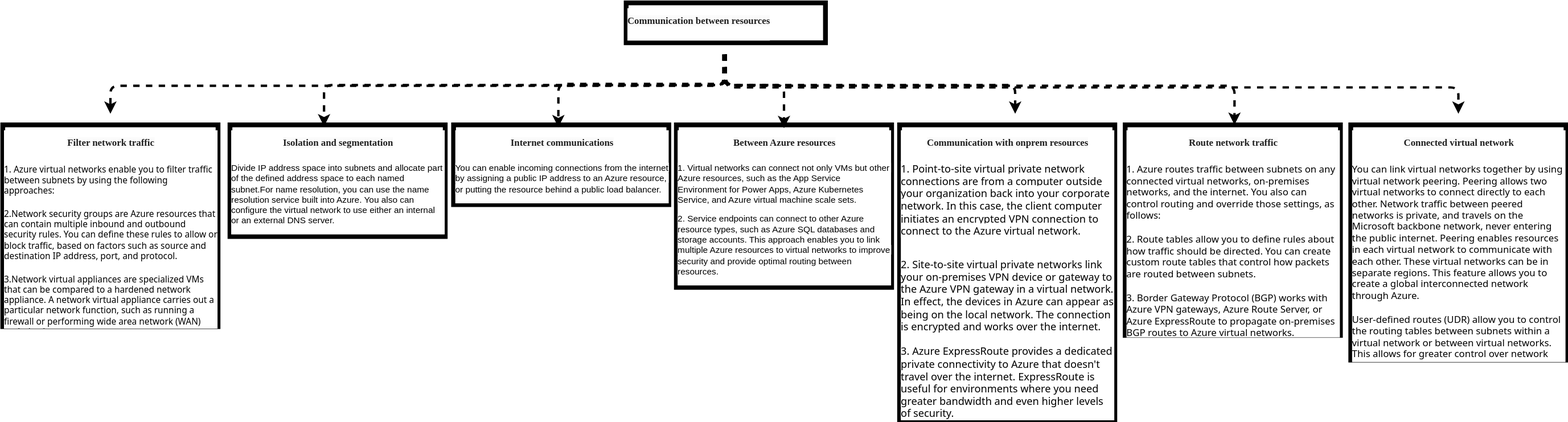
The draw.io diagram azure/fundamentals/Azure.communications.drawio.svg in sunnybharne/draw.io, before a commit. Source tidied: cells renumbered, new cells last; positions are measured from the earlier drawing's top-left corner, leaving out a move shared by most shapes.
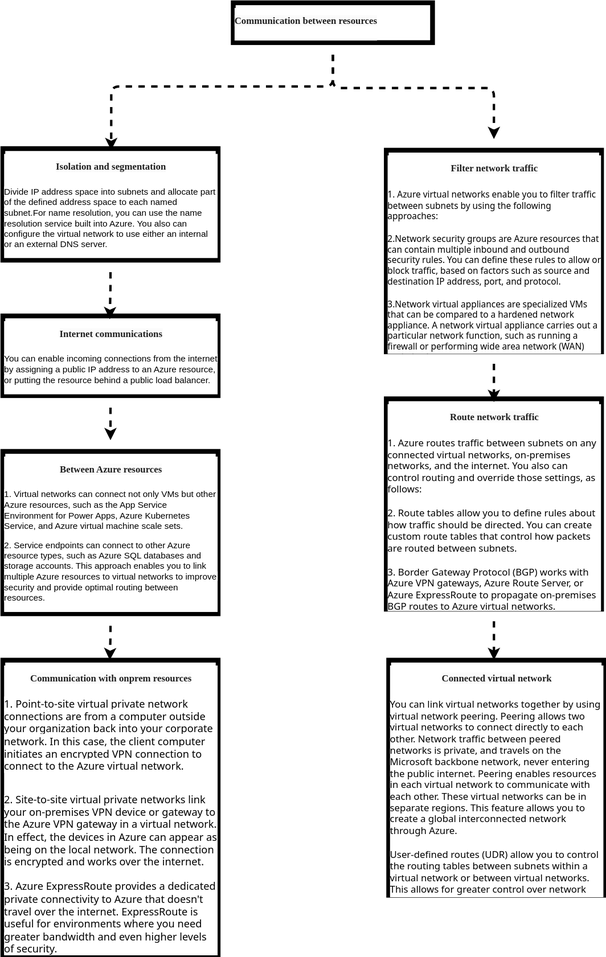
After the change.

The edit, as a diff of the source:
```diff
@@ -9,79 +9,59 @@
       </mxGeometry>
     </mxCell>
     <mxCell id="3" value="&lt;h1 style=&quot;text-align: center; margin-top: 0px;&quot;&gt;&lt;span style=&quot;caret-color: rgb(31, 31, 31); color: rgb(31, 31, 31); font-family: Verdana; font-size: 12px; white-space: pre-wrap; background-color: rgb(251, 251, 251);&quot;&gt;Isolation and segmentation&lt;/span&gt;&lt;br&gt;&lt;/h1&gt;&lt;p&gt;&lt;span style=&quot;background-color: rgb(255, 255, 255);&quot;&gt;&lt;span style=&quot;white-space: pre-wrap;&quot;&gt;Divide IP address space into &lt;/span&gt;&lt;span style=&quot;white-space: pre-wrap;&quot;&gt;subnets and allocate part of the defined &lt;/span&gt;&lt;span style=&quot;white-space: pre-wrap;&quot;&gt;address space to each named subnet.For &lt;/span&gt;&lt;span style=&quot;white-space: pre-wrap;&quot;&gt;name resolution, you can use the name &lt;/span&gt;&lt;span style=&quot;white-space: pre-wrap;&quot;&gt;resolution service built into Azure. You also &lt;/span&gt;&lt;span style=&quot;white-space: pre-wrap;&quot;&gt;can configure the virtual network to use &lt;/span&gt;&lt;span style=&quot;white-space: pre-wrap;&quot;&gt;either an internal or an external DNS server.&lt;/span&gt;&lt;/span&gt;&lt;br&gt;&lt;/p&gt;" style="text;html=1;whiteSpace=wrap;overflow=hidden;rounded=0;fontFamily=Helvetica;fontSize=11;fontColor=default;labelBackgroundColor=default;strokeWidth=6;fillColor=none;strokeColor=default;perimeterSpacing=14;" parent="1" vertex="1">
-      <mxGeometry x="285" y="153" width="270" height="140" as="geometry" />
+      <mxGeometry x="493" y="183" width="270" height="140" as="geometry" />
     </mxCell>
+    <mxCell id="18" style="edgeStyle=orthogonalEdgeStyle;shape=connector;curved=0;rounded=1;jettySize=auto;html=1;strokeColor=default;strokeWidth=3;align=center;verticalAlign=middle;fontFamily=Helvetica;fontSize=11;fontColor=default;labelBackgroundColor=default;endArrow=classic;flowAnimation=1;" parent="1" edge="1" source="4" target="5">
+      <mxGeometry relative="1" as="geometry" />
+    </mxCell>
     <mxCell id="4" value="&lt;h1 style=&quot;text-align: center; margin-top: 0px;&quot;&gt;&lt;span style=&quot;caret-color: rgb(31, 31, 31); color: rgb(31, 31, 31); font-family: Verdana; font-size: 12px; white-space: pre-wrap; background-color: rgb(251, 251, 251);&quot;&gt;Internet communications&lt;/span&gt;&lt;br&gt;&lt;/h1&gt;&lt;p&gt;&lt;span style=&quot;background-color: rgb(255, 255, 255);&quot;&gt;&lt;span style=&quot;white-space: pre-wrap;&quot;&gt;You can enable incoming &lt;/span&gt;&lt;span style=&quot;white-space: pre-wrap;&quot;&gt;connections from the internet by &lt;/span&gt;&lt;span style=&quot;white-space: pre-wrap;&quot;&gt;assigning a public IP address to &lt;/span&gt;&lt;span style=&quot;white-space: pre-wrap;&quot;&gt;an Azure resource, or putting &lt;/span&gt;&lt;span style=&quot;white-space: pre-wrap;&quot;&gt;the resource behind a public &lt;/span&gt;&lt;span style=&quot;white-space: pre-wrap;&quot;&gt;load balancer.&lt;/span&gt;&lt;/span&gt;&lt;br&gt;&lt;/p&gt;" style="text;html=1;whiteSpace=wrap;overflow=hidden;rounded=0;fontFamily=Helvetica;fontSize=11;fontColor=default;labelBackgroundColor=default;strokeWidth=6;fillColor=none;strokeColor=default;perimeterSpacing=14;" parent="1" vertex="1">
-      <mxGeometry x="565.5" y="153" width="270" height="100" as="geometry" />
+      <mxGeometry x="493" y="393" width="270" height="100" as="geometry" />
     </mxCell>
     <mxCell id="5" value="&lt;h1 style=&quot;text-align: center; margin-top: 0px;&quot;&gt;&lt;span style=&quot;caret-color: rgb(31, 31, 31); color: rgb(31, 31, 31); font-family: Verdana; font-size: 12px; white-space: pre-wrap; background-color: rgb(251, 251, 251);&quot;&gt;Between Azure resources&lt;/span&gt;&lt;br&gt;&lt;/h1&gt;&lt;p dir=&quot;ltr&quot;&gt;&lt;span style=&quot;background-color: rgb(255, 255, 255);&quot;&gt;&lt;span style=&quot;text-wrap-mode: wrap;&quot;&gt;1.&amp;nbsp;&lt;/span&gt;&lt;span style=&quot;white-space: pre-wrap;&quot;&gt;Virtual networks can connect not only VMs but other Azure &lt;/span&gt;&lt;span style=&quot;white-space: pre-wrap;&quot;&gt;resources, such as the App Service Environment for Power &lt;/span&gt;&lt;span style=&quot;white-space: pre-wrap;&quot;&gt;Apps, Azure Kubernetes Service, and Azure virtual machine &lt;/span&gt;&lt;span style=&quot;white-space: pre-wrap;&quot;&gt;scale sets.&lt;/span&gt;&lt;br&gt;&lt;/span&gt;&lt;/p&gt;&lt;p dir=&quot;ltr&quot;&gt;&lt;span style=&quot;background-color: rgb(255, 255, 255);&quot;&gt;&lt;span style=&quot;white-space: pre-wrap;&quot;&gt;2. Service endpoints can connect to other Azure resource &lt;/span&gt;&lt;span style=&quot;white-space: pre-wrap;&quot;&gt;types, such as Azure SQL databases and storage accounts. &lt;/span&gt;&lt;span style=&quot;white-space: pre-wrap;&quot;&gt;This approach enables you to link multiple Azure resources &lt;/span&gt;&lt;span style=&quot;white-space: pre-wrap;&quot;&gt;to virtual networks to improve security and provide optimal &lt;/span&gt;&lt;span style=&quot;white-space: pre-wrap;&quot;&gt;routing between resources.&lt;/span&gt;&lt;/span&gt;&lt;/p&gt;" style="text;html=1;whiteSpace=wrap;overflow=hidden;rounded=0;fontFamily=Helvetica;fontSize=11;fontColor=default;labelBackgroundColor=default;strokeWidth=6;fillColor=none;strokeColor=default;perimeterSpacing=14;" parent="1" vertex="1">
-      <mxGeometry x="845" y="153" width="270" height="203.8" as="geometry" />
+      <mxGeometry x="493" y="563" width="270" height="203.8" as="geometry" />
     </mxCell>
     <mxCell id="6" value="&lt;h1 style=&quot;text-align: center; margin-top: 0px;&quot;&gt;&lt;span style=&quot;caret-color: rgb(31, 31, 31); color: rgb(31, 31, 31); font-family: Verdana; font-size: 12px; white-space: pre-wrap; background-color: rgb(251, 251, 251);&quot;&gt;Communication with onprem resources&lt;/span&gt;&lt;br&gt;&lt;/h1&gt;&lt;p dir=&quot;ltr&quot;&gt;&lt;span style=&quot;caret-color: rgb(230, 230, 230); font-family: &amp;quot;Segoe UI&amp;quot;, SegoeUI, &amp;quot;Helvetica Neue&amp;quot;, Helvetica, Arial, sans-serif; font-size: 13px; background-color: rgb(255, 255, 255);&quot;&gt;1. Point-to-site virtual private network connections are from a computer outside your organization back into your corporate network. In this case, the client computer initiates an encrypted VPN connection to connect to the Azure virtual network.&lt;/span&gt;&lt;/p&gt;&lt;div&gt;&lt;span style=&quot;background-color: rgb(255, 255, 255);&quot;&gt;&lt;font size=&quot;2&quot; face=&quot;Segoe UI, SegoeUI, Helvetica Neue, Helvetica, Arial, sans-serif&quot;&gt;&lt;span style=&quot;caret-color: rgb(230, 230, 230);&quot;&gt;&lt;br&gt;&lt;/span&gt;&lt;/font&gt;&lt;span style=&quot;caret-color: rgb(230, 230, 230); font-family: &amp;quot;Segoe UI&amp;quot;, SegoeUI, &amp;quot;Helvetica Neue&amp;quot;, Helvetica, Arial, sans-serif; font-size: 13px;&quot;&gt;2. Site-to-site virtual private networks link your on-premises VPN device or gateway to the Azure VPN gateway in a virtual network. In effect, the devices in Azure can appear as being on the local network. The connection is encrypted and works over the internet.&lt;/span&gt;&lt;/span&gt;&lt;/div&gt;&lt;div&gt;&lt;span style=&quot;background-color: rgb(255, 255, 255);&quot;&gt;&lt;font size=&quot;2&quot; face=&quot;Segoe UI, SegoeUI, Helvetica Neue, Helvetica, Arial, sans-serif&quot;&gt;&lt;span style=&quot;caret-color: rgb(230, 230, 230);&quot;&gt;&lt;br&gt;&lt;/span&gt;&lt;/font&gt;&lt;span style=&quot;caret-color: rgb(230, 230, 230); font-family: &amp;quot;Segoe UI&amp;quot;, SegoeUI, &amp;quot;Helvetica Neue&amp;quot;, Helvetica, Arial, sans-serif; font-size: 13px;&quot;&gt;3. Azure ExpressRoute provides a dedicated private connectivity to Azure that doesn't travel over the internet. ExpressRoute is useful for environments where you need greater bandwidth and even higher levels of security.&lt;/span&gt;&lt;/span&gt;&lt;/div&gt;" style="text;html=1;whiteSpace=wrap;overflow=hidden;rounded=0;fontFamily=Helvetica;fontSize=11;fontColor=default;labelBackgroundColor=default;strokeWidth=6;fillColor=none;strokeColor=default;perimeterSpacing=14;" parent="1" vertex="1">
-      <mxGeometry x="1125" y="153" width="270" height="370" as="geometry" />
+      <mxGeometry x="493" y="825" width="270" height="370" as="geometry" />
     </mxCell>
-    <mxCell id="7" style="edgeStyle=orthogonalEdgeStyle;shape=connector;curved=0;rounded=1;jettySize=auto;html=1;strokeColor=default;strokeWidth=3;align=center;verticalAlign=middle;fontFamily=Helvetica;fontSize=11;fontColor=default;labelBackgroundColor=default;endArrow=classic;entryX=0.5;entryY=0.078;entryDx=0;entryDy=0;entryPerimeter=0;flowAnimation=1;" parent="1" edge="1" source="11" target="5">
-      <mxGeometry relative="1" as="geometry">
-        <Array as="points">
-          <mxPoint x="907" y="103" />
-          <mxPoint x="980" y="103" />
-        </Array>
-      </mxGeometry>
-    </mxCell>
-    <mxCell id="8" style="edgeStyle=orthogonalEdgeStyle;shape=connector;curved=0;rounded=1;jettySize=auto;html=1;strokeColor=default;strokeWidth=3;align=center;verticalAlign=middle;fontFamily=Helvetica;fontSize=11;fontColor=default;labelBackgroundColor=default;endArrow=classic;flowAnimation=1;" parent="1" edge="1" source="11" target="6">
-      <mxGeometry relative="1" as="geometry">
-        <Array as="points">
-          <mxPoint x="904" y="103" />
-          <mxPoint x="1270" y="103" />
-        </Array>
-      </mxGeometry>
-    </mxCell>
     <mxCell id="9" style="edgeStyle=orthogonalEdgeStyle;shape=connector;curved=0;rounded=1;jettySize=auto;html=1;strokeColor=default;strokeWidth=3;align=center;verticalAlign=middle;fontFamily=Helvetica;fontSize=11;fontColor=default;labelBackgroundColor=default;endArrow=classic;flowAnimation=1;" parent="1" edge="1" source="11" target="14">
       <mxGeometry relative="1" as="geometry">
         <Array as="points">
-          <mxPoint x="904" y="104" />
-          <mxPoint x="135" y="104" />
+          <mxPoint x="907" y="107" />
+          <mxPoint x="1109" y="107" />
         </Array>
       </mxGeometry>
     </mxCell>
-    <mxCell id="10" style="edgeStyle=orthogonalEdgeStyle;shape=connector;curved=0;rounded=1;jettySize=auto;html=1;strokeColor=default;strokeWidth=3;align=center;verticalAlign=middle;fontFamily=Helvetica;fontSize=11;fontColor=default;labelBackgroundColor=default;endArrow=classic;flowAnimation=1;" parent="1" edge="1" source="11" target="17">
-      <mxGeometry relative="1" as="geometry">
-        <Array as="points">
-          <mxPoint x="907" y="106" />
-          <mxPoint x="1826" y="106" />
-        </Array>
-      </mxGeometry>
-    </mxCell>
     <mxCell id="11" value="&lt;h1 style=&quot;margin-top: 0px;&quot;&gt;&lt;span style=&quot;caret-color: rgb(31, 31, 31); color: rgb(31, 31, 31); font-family: Verdana; font-size: 12px; text-align: center; white-space: pre-wrap; background-color: rgb(251, 251, 251);&quot;&gt;Communication between resources&lt;/span&gt;&lt;br&gt;&lt;/h1&gt;" style="text;html=1;whiteSpace=wrap;overflow=hidden;rounded=0;fontFamily=Helvetica;fontSize=11;fontColor=default;labelBackgroundColor=default;strokeWidth=6;fillColor=none;strokeColor=default;perimeterSpacing=14;" parent="1" vertex="1">
       <mxGeometry x="782" width="250" height="50" as="geometry" />
     </mxCell>
-    <mxCell id="12" style="edgeStyle=orthogonalEdgeStyle;shape=connector;curved=0;rounded=1;jettySize=auto;html=1;entryX=0.488;entryY=0.133;entryDx=0;entryDy=0;entryPerimeter=0;strokeColor=default;strokeWidth=3;align=center;verticalAlign=middle;fontFamily=Helvetica;fontSize=11;fontColor=default;labelBackgroundColor=default;endArrow=classic;flowAnimation=1;" parent="1" edge="1" source="11" target="4">
-      <mxGeometry relative="1" as="geometry" />
-    </mxCell>
-    <mxCell id="13" style="edgeStyle=orthogonalEdgeStyle;shape=connector;curved=0;rounded=1;jettySize=auto;html=1;entryX=0.443;entryY=0.095;entryDx=0;entryDy=0;entryPerimeter=0;strokeColor=default;strokeWidth=3;align=center;verticalAlign=middle;fontFamily=Helvetica;fontSize=11;fontColor=default;labelBackgroundColor=default;endArrow=classic;flowAnimation=1;" parent="1" edge="1" source="11" target="3">
-      <mxGeometry relative="1" as="geometry">
-        <Array as="points">
-          <mxPoint x="907" y="103" />
-          <mxPoint x="403" y="103" />
-        </Array>
-      </mxGeometry>
-    </mxCell>
     <mxCell id="14" value="&lt;h1 style=&quot;text-align: center; margin-top: 0px;&quot;&gt;&lt;span style=&quot;caret-color: rgb(31, 31, 31); color: rgb(31, 31, 31); font-family: Verdana; font-size: 12px; white-space: pre-wrap; background-color: rgb(251, 251, 251);&quot;&gt;Filter network traffic&lt;/span&gt;&lt;br&gt;&lt;/h1&gt;&lt;p style=&quot;box-sizing: inherit; outline-color: inherit; margin: 1rem 0px 0px; padding: 0px; overflow-wrap: break-word; caret-color: rgb(230, 230, 230); font-family: &amp;quot;Segoe UI&amp;quot;, SegoeUI, &amp;quot;Helvetica Neue&amp;quot;, Helvetica, Arial, sans-serif;&quot;&gt;&lt;font style=&quot;font-size: 11px;&quot;&gt;1. Azure virtual networks enable you to filter traffic between subnets by using the following approaches:&lt;/font&gt;&lt;/p&gt;&lt;p style=&quot;box-sizing: inherit; outline-color: inherit; margin: 1rem 0px 0px; padding: 0px; overflow-wrap: break-word; caret-color: rgb(230, 230, 230); font-family: &amp;quot;Segoe UI&amp;quot;, SegoeUI, &amp;quot;Helvetica Neue&amp;quot;, Helvetica, Arial, sans-serif;&quot;&gt;2.Network security groups are Azure resources that can contain multiple inbound and outbound security rules. You can define these rules to allow or block traffic, based on factors such as source and destination IP address, port, and protocol.&lt;/p&gt;&lt;p style=&quot;box-sizing: inherit; outline-color: inherit; margin: 1rem 0px 0px; padding: 0px; overflow-wrap: break-word; caret-color: rgb(230, 230, 230); font-family: &amp;quot;Segoe UI&amp;quot;, SegoeUI, &amp;quot;Helvetica Neue&amp;quot;, Helvetica, Arial, sans-serif;&quot;&gt;3.Network virtual appliances are specialized VMs that can be compared to a hardened network appliance. A network virtual appliance carries out a particular network function, such as running a firewall or performing wide area network (WAN) optimization.&lt;/p&gt;" style="text;html=1;whiteSpace=wrap;overflow=hidden;rounded=0;fontFamily=Helvetica;fontSize=11;fontColor=default;labelBackgroundColor=default;strokeWidth=6;fillColor=none;strokeColor=default;perimeterSpacing=14;" parent="1" vertex="1">
-      <mxGeometry y="153" width="270" height="253" as="geometry" />
+      <mxGeometry x="974" y="185" width="270" height="253" as="geometry" />
     </mxCell>
     <mxCell id="15" value="&lt;h1 style=&quot;text-align: center; margin-top: 0px;&quot;&gt;&lt;span style=&quot;caret-color: rgb(31, 31, 31); color: rgb(31, 31, 31); font-family: Verdana; font-size: 12px; white-space: pre-wrap; background-color: rgb(251, 251, 251);&quot;&gt;Route network traffic&lt;/span&gt;&lt;br&gt;&lt;/h1&gt;&lt;p style=&quot;box-sizing: inherit; outline-color: inherit; margin: 1rem 0px 0px; padding: 0px; overflow-wrap: break-word; caret-color: rgb(230, 230, 230); font-family: &amp;quot;Segoe UI&amp;quot;, SegoeUI, &amp;quot;Helvetica Neue&amp;quot;, Helvetica, Arial, sans-serif; font-size: 12px;&quot;&gt;&lt;font style=&quot;font-size: 12px;&quot;&gt;1. Azure routes traffic between subnets on any connected virtual networks, on-premises networks, and the internet. You also can control routing and override those settings, as follows:&lt;/font&gt;&lt;/p&gt;&lt;p style=&quot;box-sizing: inherit; outline-color: inherit; margin: 1rem 0px 0px; padding: 0px; overflow-wrap: break-word; caret-color: rgb(230, 230, 230); font-family: &amp;quot;Segoe UI&amp;quot;, SegoeUI, &amp;quot;Helvetica Neue&amp;quot;, Helvetica, Arial, sans-serif; font-size: 12px;&quot;&gt;2. Route tables allow you to define rules about how traffic should be directed. You can create custom route tables that control how packets are routed between subnets.&lt;/p&gt;&lt;p style=&quot;box-sizing: inherit; outline-color: inherit; margin: 1rem 0px 0px; padding: 0px; overflow-wrap: break-word; caret-color: rgb(230, 230, 230); font-family: &amp;quot;Segoe UI&amp;quot;, SegoeUI, &amp;quot;Helvetica Neue&amp;quot;, Helvetica, Arial, sans-serif; font-size: 12px;&quot;&gt;3. Border Gateway Protocol (BGP) works with Azure VPN gateways, Azure Route Server, or Azure ExpressRoute to propagate on-premises BGP routes to Azure virtual networks.&lt;br&gt;&lt;/p&gt;" style="text;html=1;whiteSpace=wrap;overflow=hidden;rounded=0;fontFamily=Helvetica;fontSize=11;fontColor=default;labelBackgroundColor=default;strokeWidth=6;fillColor=none;strokeColor=default;perimeterSpacing=14;" parent="1" vertex="1">
-      <mxGeometry x="1408" y="153" width="270" height="264" as="geometry" />
+      <mxGeometry x="974" y="497" width="270" height="264" as="geometry" />
     </mxCell>
-    <mxCell id="16" style="edgeStyle=orthogonalEdgeStyle;shape=connector;curved=0;rounded=1;jettySize=auto;html=1;entryX=0.507;entryY=0.048;entryDx=0;entryDy=0;entryPerimeter=0;strokeColor=default;strokeWidth=3;align=center;verticalAlign=middle;fontFamily=Helvetica;fontSize=11;fontColor=default;labelBackgroundColor=default;endArrow=classic;flowAnimation=1;" parent="1" edge="1" source="11" target="15">
-      <mxGeometry relative="1" as="geometry">
-        <Array as="points">
-          <mxPoint x="907" y="104" />
-          <mxPoint x="1545" y="104" />
-        </Array>
-      </mxGeometry>
-    </mxCell>
     <mxCell id="17" value="&lt;h1 style=&quot;text-align: center; margin-top: 0px;&quot;&gt;&lt;font face=&quot;Verdana&quot; color=&quot;#1f1f1f&quot;&gt;&lt;span style=&quot;caret-color: rgb(31, 31, 31); font-size: 12px; white-space-collapse: preserve; background-color: rgb(251, 251, 251);&quot;&gt;Connected virtual &lt;/span&gt;&lt;span style=&quot;caret-color: rgb(31, 31, 31); font-size: 12px; white-space-collapse: preserve;&quot;&gt;network&lt;/span&gt;&lt;/font&gt;&lt;/h1&gt;&lt;p style=&quot;box-sizing: inherit; outline-color: inherit; margin: 1rem 0px 0px; padding: 0px; overflow-wrap: break-word; caret-color: rgb(230, 230, 230); font-family: &amp;quot;Segoe UI&amp;quot;, SegoeUI, &amp;quot;Helvetica Neue&amp;quot;, Helvetica, Arial, sans-serif; font-size: 12px;&quot;&gt;&lt;font style=&quot;font-size: 12px;&quot;&gt;You can link virtual networks together by using virtual network peering. Peering allows two virtual networks to connect directly to each other. Network traffic between peered networks is private, and travels on the Microsoft backbone network, never entering the public internet. Peering enables resources in each virtual network to communicate with each other. These virtual networks can be in separate regions. This feature allows you to create a global interconnected network through Azure.&lt;/font&gt;&lt;/p&gt;&lt;p style=&quot;box-sizing: inherit; outline-color: inherit; margin: 1rem 0px 0px; padding: 0px; overflow-wrap: break-word; caret-color: rgb(230, 230, 230); font-family: &amp;quot;Segoe UI&amp;quot;, SegoeUI, &amp;quot;Helvetica Neue&amp;quot;, Helvetica, Arial, sans-serif; font-size: 12px;&quot;&gt;&lt;font style=&quot;font-size: 12px;&quot;&gt;User-defined routes (UDR) allow you to control the routing tables between subnets within a virtual network or between virtual networks. This allows for greater control over network traffic flow&lt;font color=&quot;#e6e6e6&quot;&gt;.&lt;/font&gt;&lt;/font&gt;&lt;/p&gt;" style="text;html=1;whiteSpace=wrap;overflow=hidden;rounded=0;fontFamily=Helvetica;fontSize=11;fontColor=default;labelBackgroundColor=default;strokeWidth=6;fillColor=none;strokeColor=default;perimeterSpacing=14;" parent="1" vertex="1">
-      <mxGeometry x="1691" y="153" width="270" height="295" as="geometry" />
+      <mxGeometry x="977" y="825" width="270" height="295" as="geometry" />
     </mxCell>
+    <mxCell id="19" style="edgeStyle=orthogonalEdgeStyle;shape=connector;curved=0;rounded=1;jettySize=auto;html=1;entryX=0.497;entryY=0.141;entryDx=0;entryDy=0;entryPerimeter=0;strokeColor=default;strokeWidth=3;align=center;verticalAlign=middle;fontFamily=Helvetica;fontSize=11;fontColor=default;labelBackgroundColor=default;endArrow=classic;flowAnimation=1;" parent="1" edge="1" source="3" target="4">
+      <mxGeometry relative="1" as="geometry" />
+    </mxCell>
+    <mxCell id="20" style="edgeStyle=orthogonalEdgeStyle;shape=connector;curved=0;rounded=1;jettySize=auto;html=1;entryX=0.497;entryY=0.035;entryDx=0;entryDy=0;entryPerimeter=0;strokeColor=default;strokeWidth=3;align=center;verticalAlign=middle;fontFamily=Helvetica;fontSize=11;fontColor=default;labelBackgroundColor=default;endArrow=classic;flowAnimation=1;" parent="1" edge="1" source="5" target="6">
+      <mxGeometry relative="1" as="geometry" />
+    </mxCell>
+    <mxCell id="13" style="edgeStyle=orthogonalEdgeStyle;shape=connector;curved=0;rounded=1;jettySize=auto;html=1;entryX=0.503;entryY=0.095;entryDx=0;entryDy=0;entryPerimeter=0;strokeColor=default;strokeWidth=3;align=center;verticalAlign=middle;fontFamily=Helvetica;fontSize=11;fontColor=default;labelBackgroundColor=default;endArrow=classic;flowAnimation=1;" parent="1" edge="1" source="11" target="3">
+      <mxGeometry relative="1" as="geometry">
+        <Array as="points">
+          <mxPoint x="907" y="105" />
+          <mxPoint x="629" y="105" />
+        </Array>
+      </mxGeometry>
+    </mxCell>
+    <mxCell id="21" style="edgeStyle=orthogonalEdgeStyle;shape=connector;curved=0;rounded=1;jettySize=auto;html=1;entryX=0.5;entryY=0.062;entryDx=0;entryDy=0;entryPerimeter=0;strokeColor=default;strokeWidth=3;align=center;verticalAlign=middle;fontFamily=Helvetica;fontSize=11;fontColor=default;labelBackgroundColor=default;endArrow=classic;flowAnimation=1;" parent="1" edge="1" source="14" target="15">
+      <mxGeometry relative="1" as="geometry" />
+    </mxCell>
+    <mxCell id="22" style="edgeStyle=orthogonalEdgeStyle;shape=connector;curved=0;rounded=1;jettySize=auto;html=1;entryX=0.49;entryY=0.043;entryDx=0;entryDy=0;entryPerimeter=0;strokeColor=default;strokeWidth=3;align=center;verticalAlign=middle;fontFamily=Helvetica;fontSize=11;fontColor=default;labelBackgroundColor=default;endArrow=classic;flowAnimation=1;" parent="1" edge="1" source="15" target="17">
+      <mxGeometry relative="1" as="geometry" />
+    </mxCell>
   </root>
 </mxGraphModel>
```
